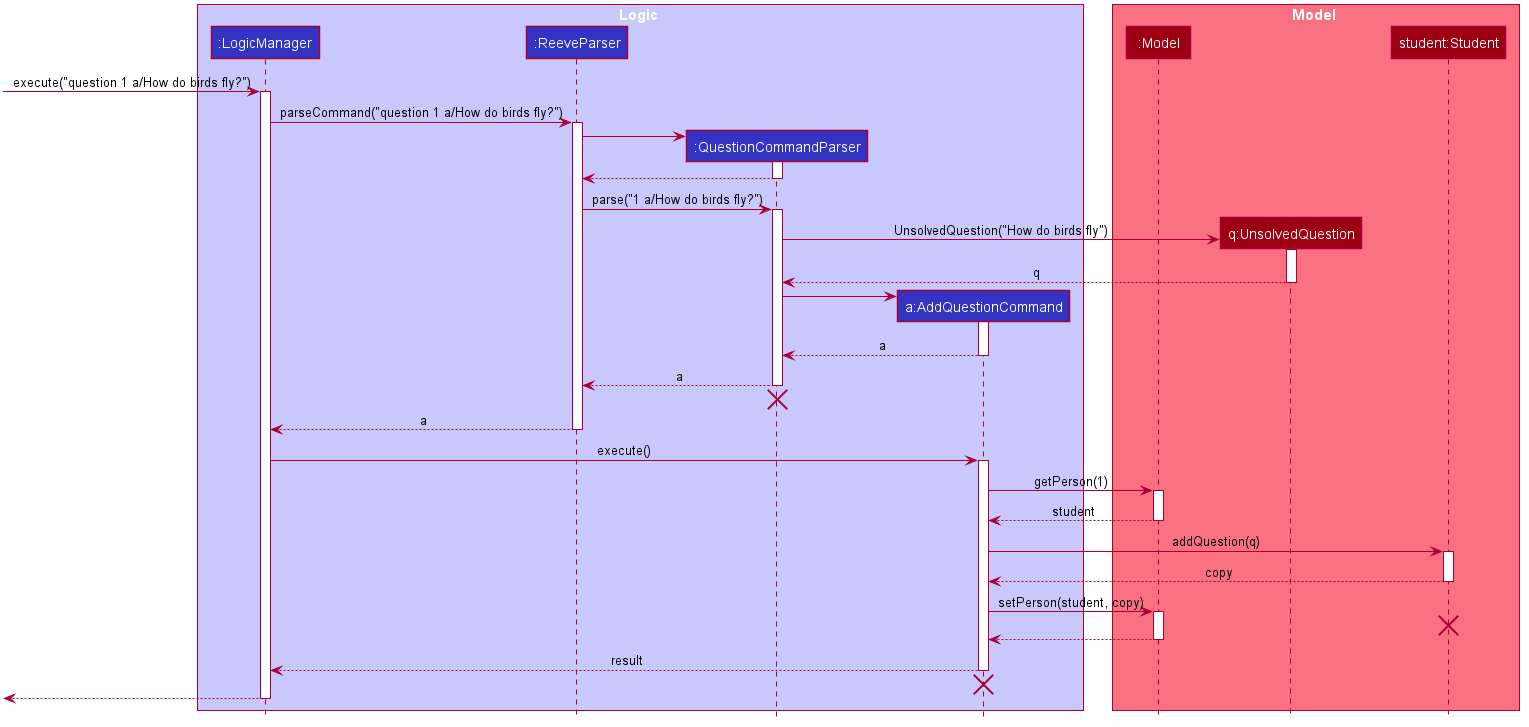
nus-cs2103-AY2021S1/tp keeps this PlantUML diagram as docs/images/AddQuestionSequenceDiagram.png. Above is the earlier version.
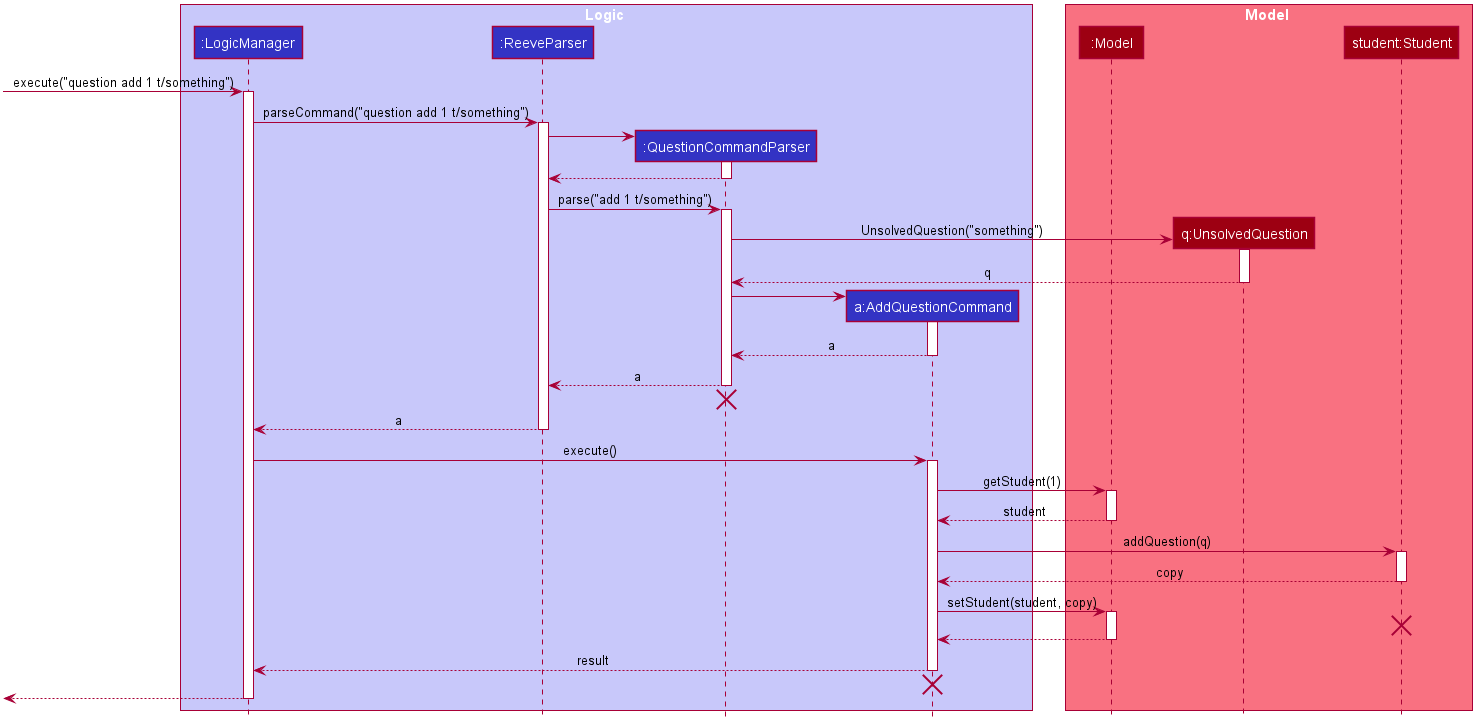
The same diagram one commit later.

Change to the diagram source:
```diff
@@ -61,10 +61,10 @@
 participant "student:Student" as Student #9D0012
 end box
 
-[-> LogicManager : execute("question 1 a/How do birds fly?")
+[-> LogicManager : execute("question add 1 t/something")
 activate LogicManager
 
-LogicManager -> ReeveParser : parseCommand("question 1 a/How do birds fly?")
+LogicManager -> ReeveParser : parseCommand("question add 1 t/something")
 activate ReeveParser
 
 create QuestionCommandParser
@@ -74,11 +74,11 @@
 QuestionCommandParser --> ReeveParser
 deactivate QuestionCommandParser
 
-ReeveParser -> QuestionCommandParser : parse("1 a/How do birds fly?")
+ReeveParser -> QuestionCommandParser : parse("add 1 t/something")
 activate QuestionCommandParser
 
 create Question
-QuestionCommandParser -> Question : UnsolvedQuestion("How do birds fly")
+QuestionCommandParser -> Question : UnsolvedQuestion("something")
 activate Question
 
 Question --> QuestionCommandParser : q
@@ -103,7 +103,7 @@
 LogicManager -> AddQuestionCommand : execute()
 activate AddQuestionCommand
 
-AddQuestionCommand -> Model : getPerson(1)
+AddQuestionCommand -> Model : getStudent(1)
 activate Model
 
 Model --> AddQuestionCommand : student
@@ -115,7 +115,7 @@
 Student --> AddQuestionCommand : copy
 deactivate Student
 
-AddQuestionCommand -> Model : setPerson(student, copy)
+AddQuestionCommand -> Model : setStudent(student, copy)
 activate Model
 
 Student -[hidden]-> Model
```
